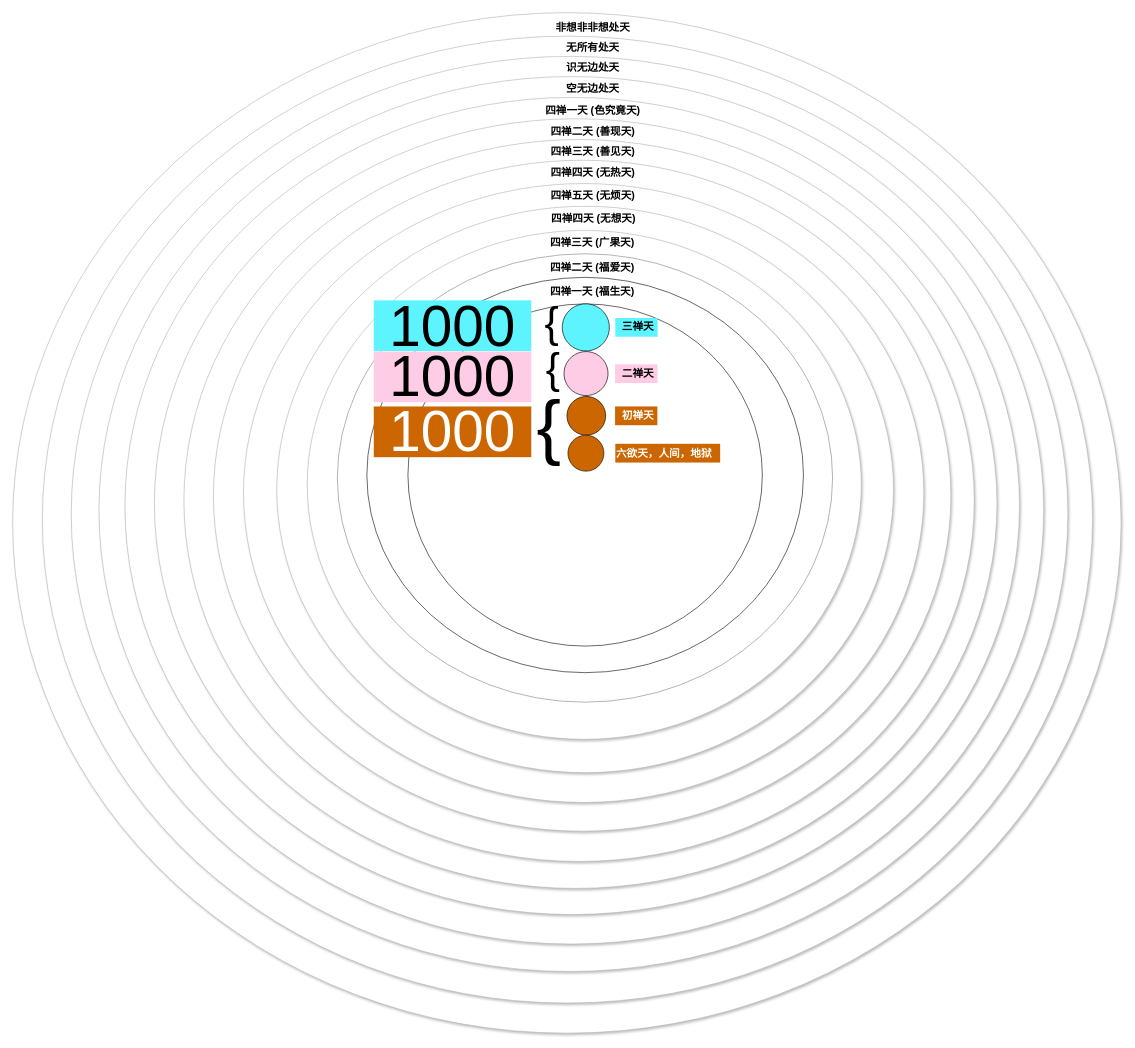
The draw.io diagram page "洋蔥" (1 of 5) of 三界二十八天.drawio in taiguanglin/lectures, before the edit. Source tidied: cells renumbered, new cells numbered last; positions are measured from the earlier drawing's top-left corner, leaving out a move shared by most shapes. Both pictures are drawn from the tidied source at 59%, with x=0, y=0 at pixel (12, 12).
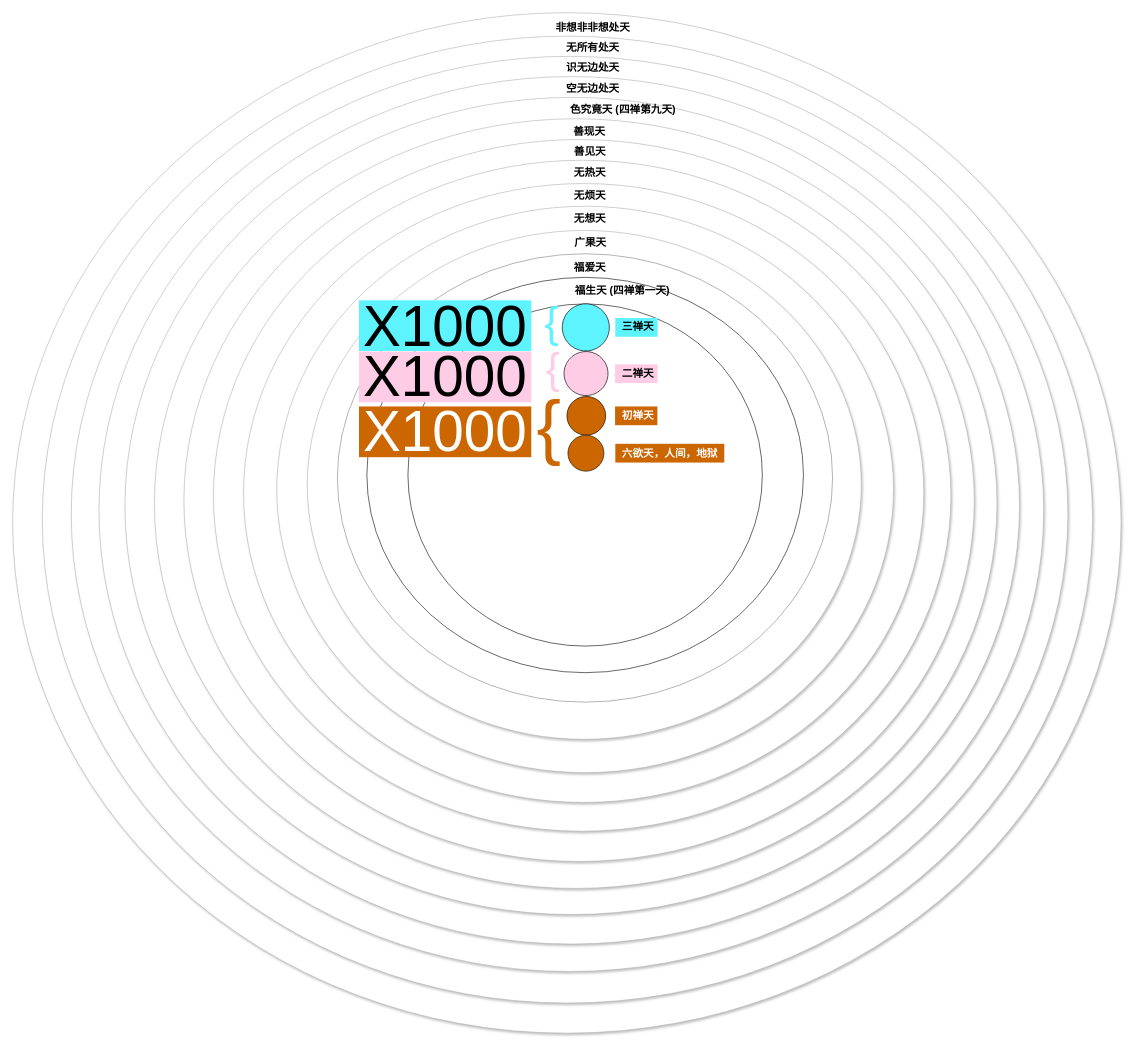
The same page after the edit.

Commit message:
Update 三界二十八天.drawio

Diff of the diagram source:
```diff
@@
-    <mxCell id="11" value="&lt;span style=&quot;font-size: 18px;&quot;&gt;四禅一天 (色究竟天)&lt;/span&gt;" style="text;html=1;whiteSpace=wrap;strokeColor=none;fillColor=none;align=center;verticalAlign=middle;rounded=0;fontStyle=1;" parent="1" vertex="1">
-      <mxGeometry x="891" y="151.1" width="185" height="30" as="geometry" />
+    <mxCell id="11" value="&lt;span style=&quot;font-size: 18px;&quot;&gt;色究竟天 (&lt;/span&gt;&lt;span style=&quot;font-size: 18px;&quot;&gt;四禅第九天&lt;/span&gt;&lt;span style=&quot;font-size: 18px;&quot;&gt;)&lt;/span&gt;" style="text;html=1;whiteSpace=wrap;strokeColor=none;fillColor=none;align=center;verticalAlign=middle;rounded=0;fontStyle=1;" parent="1" vertex="1">
+      <mxGeometry x="942" y="149.8" width="185" height="30" as="geometry" />
     </mxCell>
@@
-    <mxCell id="13" value="&lt;span style=&quot;font-size: 18px;&quot;&gt;四禅二天 (善现天)&lt;/span&gt;" style="text;html=1;whiteSpace=wrap;strokeColor=none;fillColor=none;align=center;verticalAlign=middle;rounded=0;fontStyle=1;" parent="1" vertex="1">
-      <mxGeometry x="891" y="186.3" width="185" height="30" as="geometry" />
+    <mxCell id="13" value="&lt;span style=&quot;font-size: 18px;&quot;&gt;善现天&lt;/span&gt;" style="text;html=1;whiteSpace=wrap;strokeColor=none;fillColor=none;align=center;verticalAlign=middle;rounded=0;fontStyle=1;" parent="1" vertex="1">
+      <mxGeometry x="885" y="186.3" width="185" height="30" as="geometry" />
     </mxCell>
@@
-    <mxCell id="15" value="&lt;span style=&quot;font-size: 18px;&quot;&gt;四禅三天 (善见天)&lt;/span&gt;" style="text;html=1;whiteSpace=wrap;strokeColor=none;fillColor=none;align=center;verticalAlign=middle;rounded=0;fontStyle=1;" parent="1" vertex="1">
-      <mxGeometry x="891" y="220.5" width="185" height="30" as="geometry" />
+    <mxCell id="15" value="&lt;span style=&quot;font-size: 18px;&quot;&gt;善见天&lt;/span&gt;" style="text;html=1;whiteSpace=wrap;strokeColor=none;fillColor=none;align=center;verticalAlign=middle;rounded=0;fontStyle=1;" parent="1" vertex="1">
+      <mxGeometry x="886" y="220.5" width="185" height="30" as="geometry" />
     </mxCell>
@@
-    <mxCell id="17" value="&lt;span style=&quot;font-size: 18px;&quot;&gt;四禅四天 (无热天)&lt;/span&gt;" style="text;html=1;whiteSpace=wrap;strokeColor=none;fillColor=none;align=center;verticalAlign=middle;rounded=0;fontStyle=1;" parent="1" vertex="1">
-      <mxGeometry x="891.4" y="255.6" width="185" height="30" as="geometry" />
+    <mxCell id="17" value="&lt;span style=&quot;font-size: 18px;&quot;&gt;无热天&lt;/span&gt;" style="text;html=1;whiteSpace=wrap;strokeColor=none;fillColor=none;align=center;verticalAlign=middle;rounded=0;fontStyle=1;" parent="1" vertex="1">
+      <mxGeometry x="886.4" y="255.6" width="185" height="30" as="geometry" />
     </mxCell>
@@
-    <mxCell id="19" value="&lt;span style=&quot;font-size: 18px;&quot;&gt;四禅五天 (无烦天)&lt;/span&gt;" style="text;html=1;whiteSpace=wrap;strokeColor=none;fillColor=none;align=center;verticalAlign=middle;rounded=0;fontStyle=1;" parent="1" vertex="1">
-      <mxGeometry x="890.9" y="295.1" width="185" height="30" as="geometry" />
+    <mxCell id="19" value="&lt;span style=&quot;font-size: 18px;&quot;&gt;无烦天&lt;/span&gt;" style="text;html=1;whiteSpace=wrap;strokeColor=none;fillColor=none;align=center;verticalAlign=middle;rounded=0;fontStyle=1;" parent="1" vertex="1">
+      <mxGeometry x="885.9" y="295.1" width="185" height="30" as="geometry" />
     </mxCell>
@@
-    <mxCell id="21" value="&lt;span style=&quot;font-size: 18px;&quot;&gt;四禅四天 (无想天)&lt;/span&gt;" style="text;html=1;whiteSpace=wrap;strokeColor=none;fillColor=none;align=center;verticalAlign=middle;rounded=0;fontStyle=1;" parent="1" vertex="1">
-      <mxGeometry x="891.8" y="334.1" width="185" height="30" as="geometry" />
+    <mxCell id="21" value="&lt;span style=&quot;font-size: 18px;&quot;&gt;无想天&lt;/span&gt;" style="text;html=1;whiteSpace=wrap;strokeColor=none;fillColor=none;align=center;verticalAlign=middle;rounded=0;fontStyle=1;" parent="1" vertex="1">
+      <mxGeometry x="885.8" y="334.1" width="185" height="30" as="geometry" />
     </mxCell>
@@
-    <mxCell id="25" value="&lt;font style=&quot;font-size: 18px;&quot;&gt;四禅一天 (福生天)&lt;/font&gt;" style="text;html=1;whiteSpace=wrap;strokeColor=none;fillColor=none;align=center;verticalAlign=middle;rounded=0;fontStyle=1;" parent="1" vertex="1">
-      <mxGeometry x="890.3" y="457.6" width="185" height="30" as="geometry" />
+    <mxCell id="25" value="&lt;font style=&quot;font-size: 18px;&quot;&gt;福生天 (&lt;/font&gt;&lt;span style=&quot;font-size: 18px;&quot;&gt;四禅第一天)&lt;/span&gt;" style="text;html=1;whiteSpace=wrap;strokeColor=none;fillColor=none;align=center;verticalAlign=middle;rounded=0;fontStyle=1;" parent="1" vertex="1">
+      <mxGeometry x="941.1" y="456" width="185" height="30" as="geometry" />
     </mxCell>
@@
-    <mxCell id="27" value="&lt;font style=&quot;font-size: 18px;&quot;&gt;四禅二天 (福爱天)&lt;/font&gt;" style="text;html=1;whiteSpace=wrap;strokeColor=none;fillColor=none;align=center;verticalAlign=middle;rounded=0;fontStyle=1;" parent="1" vertex="1">
-      <mxGeometry x="890.3" y="417.6" width="185" height="30" as="geometry" />
+    <mxCell id="27" value="&lt;font style=&quot;font-size: 18px;&quot;&gt;福爱天&lt;/font&gt;" style="text;html=1;whiteSpace=wrap;strokeColor=none;fillColor=none;align=center;verticalAlign=middle;rounded=0;fontStyle=1;" parent="1" vertex="1">
+      <mxGeometry x="886.3" y="417.6" width="185" height="30" as="geometry" />
     </mxCell>
-    <mxCell id="28" value="&lt;span style=&quot;font-size: 18px;&quot;&gt;四禅三天 (广果天)&lt;/span&gt;" style="text;html=1;whiteSpace=wrap;strokeColor=none;fillColor=none;align=center;verticalAlign=middle;rounded=0;fontStyle=1;" parent="1" vertex="1">
-      <mxGeometry x="890.3" y="374.6" width="185" height="30" as="geometry" />
+    <mxCell id="28" value="&lt;span style=&quot;font-size: 18px;&quot;&gt;广果天&lt;/span&gt;" style="text;html=1;whiteSpace=wrap;strokeColor=none;fillColor=none;align=center;verticalAlign=middle;rounded=0;fontStyle=1;" parent="1" vertex="1">
+      <mxGeometry x="887.3" y="374.6" width="185" height="30" as="geometry" />
     </mxCell>
@@
-    <mxCell id="36" value="&lt;font style=&quot;font-size: 18px; color: rgb(255, 255, 255);&quot;&gt;六欲天，人间，地狱&lt;/font&gt;" style="text;html=1;whiteSpace=wrap;strokeColor=none;fillColor=#CC6600;align=left;verticalAlign=middle;rounded=0;fontStyle=1;shadow=0;" parent="1" vertex="1">
-      <mxGeometry x="1021.4" y="730.7" width="177.7" height="31.8" as="geometry" />
+    <mxCell id="36" value="&lt;font style=&quot;font-size: 18px; color: rgb(255, 255, 255);&quot;&gt;&amp;nbsp; 六欲天，人间，地狱&lt;/font&gt;" style="text;html=1;whiteSpace=wrap;strokeColor=none;fillColor=#CC6600;align=left;verticalAlign=middle;rounded=0;fontStyle=1;shadow=0;" parent="1" vertex="1">
+      <mxGeometry x="1021.4" y="730.7" width="184.7" height="31.8" as="geometry" />
     </mxCell>
-    <mxCell id="37" value="&lt;font style=&quot;font-size: 72px;&quot;&gt;{&lt;/font&gt;" style="text;html=1;whiteSpace=wrap;strokeColor=none;fillColor=none;align=center;verticalAlign=middle;rounded=0;" parent="1" vertex="1">
+    <mxCell id="37" value="&lt;font style=&quot;font-size: 72px; color: rgb(255, 204, 230);&quot;&gt;{&lt;/font&gt;" style="text;html=1;whiteSpace=wrap;strokeColor=none;fillColor=none;align=center;verticalAlign=middle;rounded=0;" parent="1" vertex="1">
       <mxGeometry x="862" y="574.3" width="108" height="57" as="geometry" />
     </mxCell>
-    <mxCell id="38" value="&lt;font style=&quot;font-size: 72px;&quot;&gt;{&lt;/font&gt;" style="text;html=1;whiteSpace=wrap;strokeColor=none;fillColor=none;align=center;verticalAlign=middle;rounded=0;" parent="1" vertex="1">
+    <mxCell id="38" value="&lt;font style=&quot;font-size: 72px; color: rgb(93, 244, 255);&quot;&gt;{&lt;/font&gt;" style="text;html=1;whiteSpace=wrap;strokeColor=none;fillColor=none;align=center;verticalAlign=middle;rounded=0;" parent="1" vertex="1">
       <mxGeometry x="860" y="497" width="108" height="57" as="geometry" />
     </mxCell>
-    <mxCell id="39" value="&lt;font style=&quot;font-size: 124px;&quot;&gt;{&lt;/font&gt;" style="text;html=1;whiteSpace=wrap;strokeColor=none;fillColor=none;align=center;verticalAlign=middle;rounded=0;" parent="1" vertex="1">
+    <mxCell id="39" value="&lt;font style=&quot;font-size: 124px; color: rgb(204, 102, 0);&quot;&gt;{&lt;/font&gt;" style="text;html=1;whiteSpace=wrap;strokeColor=none;fillColor=none;align=center;verticalAlign=middle;rounded=0;" parent="1" vertex="1">
       <mxGeometry x="855" y="614" width="108" height="172" as="geometry" />
     </mxCell>
+    <mxCell id="43" style="group;" parent="1" vertex="1">
+      <mxGeometry x="587" y="487.6" width="292" height="265.8" as="geometry" />
+    </mxCell>
-    <mxCell id="40" value="&lt;font style=&quot;font-size: 96px;&quot;&gt;1000&lt;/font&gt;" style="text;html=1;whiteSpace=wrap;strokeColor=none;fillColor=#5DF4FF;align=center;verticalAlign=middle;rounded=0;" parent="1" vertex="1">
-      <mxGeometry x="612" y="487.6" width="267" height="86" as="geometry" />
+    <mxCell id="40" value="&lt;font style=&quot;font-size: 96px;&quot;&gt;X1000&lt;/font&gt;" style="text;html=1;whiteSpace=wrap;strokeColor=none;fillColor=#5DF4FF;align=center;verticalAlign=middle;rounded=0;" parent="43" vertex="1">
+      <mxGeometry width="292" height="86" as="geometry" />
     </mxCell>
-    <mxCell id="41" value="&lt;font style=&quot;font-size: 96px;&quot;&gt;1000&lt;/font&gt;" style="text;html=1;whiteSpace=wrap;strokeColor=none;fillColor=#FFCCE6;align=center;verticalAlign=middle;rounded=0;" parent="1" vertex="1">
-      <mxGeometry x="612" y="574.3" width="267" height="86" as="geometry" />
+    <mxCell id="41" value="&lt;font style=&quot;font-size: 96px;&quot;&gt;X1000&lt;/font&gt;" style="text;html=1;whiteSpace=wrap;strokeColor=none;fillColor=#FFCCE6;align=center;verticalAlign=middle;rounded=0;" parent="43" vertex="1">
+      <mxGeometry y="86.7" width="292" height="86" as="geometry" />
     </mxCell>
-    <mxCell id="42" value="&lt;font style=&quot;font-size: 96px; color: rgb(255, 255, 255);&quot;&gt;1000&lt;/font&gt;" style="text;html=1;whiteSpace=wrap;strokeColor=none;fillColor=#CC6600;align=center;verticalAlign=middle;rounded=0;" parent="1" vertex="1">
-      <mxGeometry x="612" y="667.4" width="267" height="86" as="geometry" />
+    <mxCell id="42" value="&lt;font style=&quot;font-size: 96px; color: rgb(255, 255, 255);&quot;&gt;X1000&lt;/font&gt;" style="text;html=1;whiteSpace=wrap;strokeColor=none;fillColor=#CC6600;align=center;verticalAlign=middle;rounded=0;" parent="43" vertex="1">
+      <mxGeometry y="179.8" width="292" height="86" as="geometry" />
     </mxCell>
```
